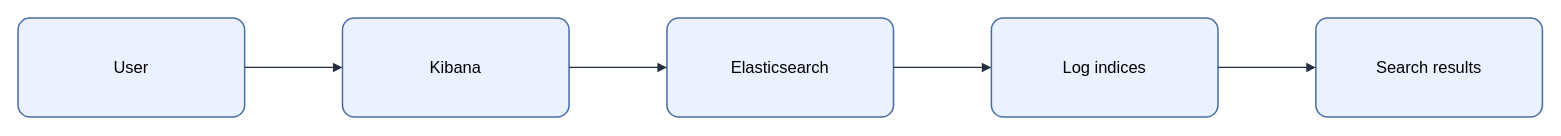
The draw.io diagram assets/img/observability/kibana-query-flow.drawio in KKamJi98/kkamji98.github.io, before the edit. Source tidied: cells renumbered, new cells numbered last; positions are measured from the earlier drawing's top-left corner, leaving out a move shared by most shapes. Both pictures are drawn from the tidied source at 103%, with x=0, y=0 at pixel (18, 18).
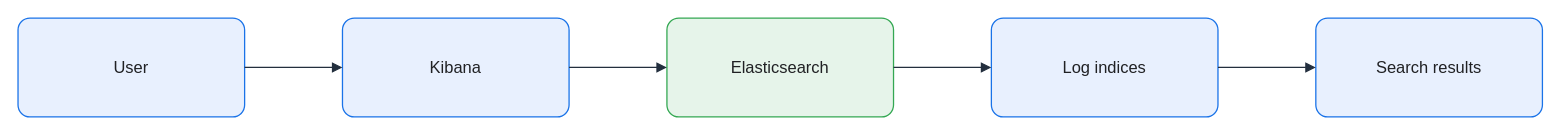
After the change.

What changed in the source:
```diff
@@
 <mxGraphModel background="#FFFFFF">
   <root>
     <mxCell id="0" />
     <mxCell id="1" parent="0" />
-    <mxCell id="2" value="User" style="rounded=1;arcSize=12;whiteSpace=wrap;html=0;fillColor=#EAF2FF;strokeColor=#4A6FA5;strokeWidth=1.5;fontColor=#000000;fontSize=16;align=center;verticalAlign=middle;spacing=8;shadow=0;" parent="1" vertex="1">
+    <mxCell id="2" value="User" style="rounded=1;arcSize=12;whiteSpace=wrap;html=0;fillColor=#E8F0FE;strokeColor=#1A73E8;strokeWidth=1.25;fontColor=#202124;fontSize=16;align=center;verticalAlign=middle;spacing=8;shadow=0;" parent="1" vertex="1">
       <mxGeometry width="220" height="96" as="geometry" />
     </mxCell>
-    <mxCell id="3" value="Kibana" style="rounded=1;arcSize=12;whiteSpace=wrap;html=0;fillColor=#EAF2FF;strokeColor=#4A6FA5;strokeWidth=1.5;fontColor=#000000;fontSize=16;align=center;verticalAlign=middle;spacing=8;shadow=0;" parent="1" vertex="1">
+    <mxCell id="3" value="Kibana" style="rounded=1;arcSize=12;whiteSpace=wrap;html=0;fillColor=#E8F0FE;strokeColor=#1A73E8;strokeWidth=1.25;fontColor=#202124;fontSize=16;align=center;verticalAlign=middle;spacing=8;shadow=0;" parent="1" vertex="1">
       <mxGeometry x="315" width="220" height="96" as="geometry" />
     </mxCell>
-    <mxCell id="4" value="Elasticsearch" style="rounded=1;arcSize=12;whiteSpace=wrap;html=0;fillColor=#EAF2FF;strokeColor=#4A6FA5;strokeWidth=1.5;fontColor=#000000;fontSize=16;align=center;verticalAlign=middle;spacing=8;shadow=0;" parent="1" vertex="1">
+    <mxCell id="4" value="Elasticsearch" style="rounded=1;arcSize=12;whiteSpace=wrap;html=0;fillColor=#E6F4EA;strokeColor=#34A853;strokeWidth=1.25;fontColor=#202124;fontSize=16;align=center;verticalAlign=middle;spacing=8;shadow=0;" parent="1" vertex="1">
       <mxGeometry x="630" width="220" height="96" as="geometry" />
     </mxCell>
-    <mxCell id="5" value="Log indices" style="rounded=1;arcSize=12;whiteSpace=wrap;html=0;fillColor=#EAF2FF;strokeColor=#4A6FA5;strokeWidth=1.5;fontColor=#000000;fontSize=16;align=center;verticalAlign=middle;spacing=8;shadow=0;" parent="1" vertex="1">
+    <mxCell id="5" value="Log indices" style="rounded=1;arcSize=12;whiteSpace=wrap;html=0;fillColor=#E8F0FE;strokeColor=#1A73E8;strokeWidth=1.25;fontColor=#202124;fontSize=16;align=center;verticalAlign=middle;spacing=8;shadow=0;" parent="1" vertex="1">
       <mxGeometry x="945" width="220" height="96" as="geometry" />
     </mxCell>
-    <mxCell id="6" value="Search results" style="rounded=1;arcSize=12;whiteSpace=wrap;html=0;fillColor=#EAF2FF;strokeColor=#4A6FA5;strokeWidth=1.5;fontColor=#000000;fontSize=16;align=center;verticalAlign=middle;spacing=8;shadow=0;" parent="1" vertex="1">
+    <mxCell id="6" value="Search results" style="rounded=1;arcSize=12;whiteSpace=wrap;html=0;fillColor=#E8F0FE;strokeColor=#1A73E8;strokeWidth=1.25;fontColor=#202124;fontSize=16;align=center;verticalAlign=middle;spacing=8;shadow=0;" parent="1" vertex="1">
       <mxGeometry x="1260" width="220" height="96" as="geometry" />
     </mxCell>
-    <mxCell id="7" style="edgeStyle=orthogonalEdgeStyle;rounded=0;jettySize=auto;html=0;endArrow=block;endFill=1;strokeColor=#232F3E;strokeWidth=1.25;fontColor=#000000;labelBackgroundColor=none;exitX=1;exitY=0.5;exitDx=0;exitDy=0;entryX=0;entryY=0.5;entryDx=0;entryDy=0;" parent="1" edge="1" source="2" target="3">
+    <mxCell id="7" style="edgeStyle=orthogonalEdgeStyle;rounded=0;jettySize=auto;html=0;endArrow=block;endFill=1;strokeColor=#232F3E;strokeWidth=1.25;fontColor=#202124;labelBackgroundColor=none;exitX=1;exitY=0.5;exitDx=0;exitDy=0;entryX=0;entryY=0.5;entryDx=0;entryDy=0;endSize=7;" parent="1" edge="1" source="2" target="3">
       <mxGeometry relative="1" as="geometry" />
     </mxCell>
-    <mxCell id="8" style="edgeStyle=orthogonalEdgeStyle;rounded=0;jettySize=auto;html=0;endArrow=block;endFill=1;strokeColor=#232F3E;strokeWidth=1.25;fontColor=#000000;labelBackgroundColor=none;exitX=1;exitY=0.5;exitDx=0;exitDy=0;entryX=0;entryY=0.5;entryDx=0;entryDy=0;" parent="1" edge="1" source="3" target="4">
+    <mxCell id="8" style="edgeStyle=orthogonalEdgeStyle;rounded=0;jettySize=auto;html=0;endArrow=block;endFill=1;strokeColor=#232F3E;strokeWidth=1.25;fontColor=#202124;labelBackgroundColor=none;exitX=1;exitY=0.5;exitDx=0;exitDy=0;entryX=0;entryY=0.5;entryDx=0;entryDy=0;endSize=7;" parent="1" edge="1" source="3" target="4">
       <mxGeometry relative="1" as="geometry" />
     </mxCell>
-    <mxCell id="9" style="edgeStyle=orthogonalEdgeStyle;rounded=0;jettySize=auto;html=0;endArrow=block;endFill=1;strokeColor=#232F3E;strokeWidth=1.25;fontColor=#000000;labelBackgroundColor=none;exitX=1;exitY=0.5;exitDx=0;exitDy=0;entryX=0;entryY=0.5;entryDx=0;entryDy=0;" parent="1" edge="1" source="4" target="5">
+    <mxCell id="9" style="edgeStyle=orthogonalEdgeStyle;rounded=0;jettySize=auto;html=0;endArrow=block;endFill=1;strokeColor=#232F3E;strokeWidth=1.25;fontColor=#202124;labelBackgroundColor=none;exitX=1;exitY=0.5;exitDx=0;exitDy=0;entryX=0;entryY=0.5;entryDx=0;entryDy=0;endSize=7;" parent="1" edge="1" source="4" target="5">
       <mxGeometry relative="1" as="geometry" />
     </mxCell>
-    <mxCell id="10" style="edgeStyle=orthogonalEdgeStyle;rounded=0;jettySize=auto;html=0;endArrow=block;endFill=1;strokeColor=#232F3E;strokeWidth=1.25;fontColor=#000000;labelBackgroundColor=none;exitX=1;exitY=0.5;exitDx=0;exitDy=0;entryX=0;entryY=0.5;entryDx=0;entryDy=0;" parent="1" edge="1" source="5" target="6">
+    <mxCell id="10" style="edgeStyle=orthogonalEdgeStyle;rounded=0;jettySize=auto;html=0;endArrow=block;endFill=1;strokeColor=#232F3E;strokeWidth=1.25;fontColor=#202124;labelBackgroundColor=none;exitX=1;exitY=0.5;exitDx=0;exitDy=0;entryX=0;entryY=0.5;entryDx=0;entryDy=0;endSize=7;" parent="1" edge="1" source="5" target="6">
       <mxGeometry relative="1" as="geometry" />
     </mxCell>
   </root>
 </mxGraphModel>
```
